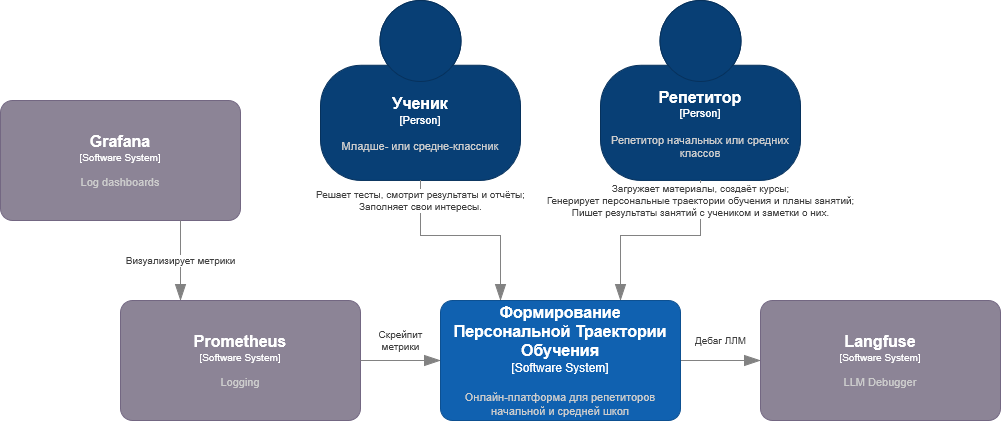
Before: docs/assets/c4-diagram-Context.png, a diagram exported from draw.io (vstu-sii/bachelor-2025-team-make-it-simple). Source tidied: cells renumbered, new cells last; positions are measured from the earlier drawing's top-left corner, leaving out a move shared by most shapes. The source it was exported from:
```xml
<mxGraphModel>
  <root>
    <mxCell id="0" />
    <mxCell id="1" parent="0" />
    <mxCell id="2" value="Дебаг ЛЛМ" style="edgeStyle=orthogonalEdgeStyle;shape=connector;rounded=0;jumpStyle=arc;jumpSize=16;jettySize=auto;html=1;strokeColor=#828282;strokeWidth=1;align=center;verticalAlign=middle;fontFamily=Helvetica;fontSize=10;fontColor=#404040;labelBackgroundColor=default;elbow=vertical;startSize=14;endArrow=blockThin;endFill=1;endSize=14;" parent="1" edge="1" source="3" target="12">
      <mxGeometry y="20" relative="1" as="geometry" />
    </mxCell>
    <object id="3" label="&lt;font style=&quot;font-size: 16px&quot;&gt;&lt;b&gt;%c4Name%&lt;/b&gt;&lt;/font&gt;&lt;div&gt;[%c4Type%]&lt;/div&gt;&lt;br&gt;&lt;div&gt;&lt;font style=&quot;font-size: 11px&quot;&gt;&lt;font color=&quot;#cccccc&quot;&gt;%c4Description%&lt;/font&gt;&lt;/div&gt;" c4Description="Онлайн-платформа для репетиторов начальной и средней школ" c4Name="Формирование Персональной Траектории Обучения" c4Type="Software System" placeholders="1">
      <mxCell style="rounded=1;whiteSpace=wrap;html=1;labelBackgroundColor=none;fillColor=#1061B0;fontColor=#ffffff;align=center;arcSize=10;strokeColor=#0D5091;points=[[0.25,0,0],[0.5,0,0],[0.75,0,0],[1,0.25,0],[1,0.5,0],[1,0.75,0],[0.75,1,0],[0.5,1,0],[0.25,1,0],[0,0.75,0],[0,0.5,0],[0,0.25,0]];" parent="1" vertex="1">
        <mxGeometry x="440" y="300" width="240" height="120" as="geometry" />
      </mxCell>
    </object>
    <object id="4" label="&lt;font style=&quot;font-size: 16px&quot;&gt;&lt;b&gt;%c4Name%&lt;/b&gt;&lt;/font&gt;&lt;div&gt;[%c4Type%]&lt;/div&gt;&lt;br&gt;&lt;div&gt;&lt;font style=&quot;font-size: 11px&quot;&gt;&lt;font color=&quot;#cccccc&quot;&gt;%c4Description%&lt;/font&gt;&lt;/div&gt;" c4Description="Младше- или средне-классник" c4Name="Ученик" c4Type="Person" placeholders="1">
      <mxCell style="html=1;fontSize=11;dashed=0;whiteSpace=wrap;fillColor=#083F75;strokeColor=#06315C;fontColor=#ffffff;shape=mxgraph.c4.person2;align=center;points=[[0.5,0,0],[1,0.5,0],[1,0.75,0],[0.75,1,0],[0.5,1,0],[0.25,1,0],[0,0.75,0],[0,0.5,0]];" parent="1" vertex="1">
        <mxGeometry x="320" width="200" height="180" as="geometry" />
      </mxCell>
    </object>
    <object id="5" label="&lt;font style=&quot;font-size: 16px&quot;&gt;&lt;b&gt;%c4Name%&lt;/b&gt;&lt;/font&gt;&lt;div&gt;[%c4Type%]&lt;/div&gt;&lt;br&gt;&lt;div&gt;&lt;font style=&quot;font-size: 11px&quot;&gt;&lt;font color=&quot;#cccccc&quot;&gt;%c4Description%&lt;/font&gt;&lt;/div&gt;" c4Description="Репетитор начальных или средних классов" c4Name="Репетитор" c4Type="Person" placeholders="1">
      <mxCell style="html=1;fontSize=11;dashed=0;whiteSpace=wrap;fillColor=#083F75;strokeColor=#06315C;fontColor=#ffffff;shape=mxgraph.c4.person2;align=center;points=[[0.5,0,0],[1,0.5,0],[1,0.75,0],[0.75,1,0],[0.5,1,0],[0.25,1,0],[0,0.75,0],[0,0.5,0]];" parent="1" vertex="1">
        <mxGeometry x="600" width="200" height="180" as="geometry" />
      </mxCell>
    </object>
    <mxCell id="6" value="Решает тесты, смотрит результаты и отчёты;&lt;br&gt;Заполняет свои интересы." style="edgeStyle=orthogonalEdgeStyle;shape=connector;rounded=0;jumpStyle=arc;jumpSize=16;jettySize=auto;html=1;entryX=0.25;entryY=0;entryDx=0;entryDy=0;entryPerimeter=0;strokeColor=#828282;strokeWidth=1;align=center;verticalAlign=middle;fontFamily=Helvetica;fontSize=10;fontColor=#404040;labelBackgroundColor=default;elbow=vertical;startSize=14;endArrow=blockThin;endFill=1;endSize=14;" parent="1" edge="1" source="4" target="3">
      <mxGeometry x="-0.8" relative="1" as="geometry" />
    </mxCell>
    <mxCell id="7" value="&lt;div&gt;Загружает материалы, создаёт курсы;&lt;/div&gt;&lt;div&gt;Генерирует персональные траектории обучения и планы занятий;&lt;/div&gt;Пишет результаты занятий с учеником и заметки о них." style="edgeStyle=orthogonalEdgeStyle;shape=connector;rounded=0;jumpStyle=arc;jumpSize=16;jettySize=auto;html=1;entryX=0.75;entryY=0;entryDx=0;entryDy=0;entryPerimeter=0;strokeColor=#828282;strokeWidth=1;align=center;verticalAlign=middle;fontFamily=Helvetica;fontSize=10;fontColor=#404040;labelBackgroundColor=default;elbow=vertical;startSize=14;endArrow=blockThin;endFill=1;endSize=14;" parent="1" edge="1" source="5" target="3">
      <mxGeometry x="-0.8" relative="1" as="geometry" />
    </mxCell>
    <object id="8" label="&lt;font style=&quot;font-size: 16px&quot;&gt;&lt;b&gt;%c4Name%&lt;/b&gt;&lt;/font&gt;&lt;div&gt;[%c4Type%]&lt;/div&gt;&lt;br&gt;&lt;div&gt;&lt;font style=&quot;font-size: 11px&quot;&gt;&lt;font color=&quot;#cccccc&quot;&gt;%c4Description%&lt;/font&gt;&lt;/div&gt;" c4Description="Logging" c4Name="Prometheus" c4Type="Software System" placeholders="1">
      <mxCell style="rounded=1;whiteSpace=wrap;html=1;labelBackgroundColor=none;fillColor=#8C8496;fontColor=#ffffff;align=center;arcSize=10;strokeColor=#736782;points=[[0.25,0,0],[0.5,0,0],[0.75,0,0],[1,0.25,0],[1,0.5,0],[1,0.75,0],[0.75,1,0],[0.5,1,0],[0.25,1,0],[0,0.75,0],[0,0.5,0],[0,0.25,0]];fontFamily=Helvetica;fontSize=10;" parent="1" vertex="1">
        <mxGeometry x="120" y="300" width="240" height="120" as="geometry" />
      </mxCell>
    </object>
    <object id="9" label="&lt;font style=&quot;font-size: 16px&quot;&gt;&lt;b&gt;%c4Name%&lt;/b&gt;&lt;/font&gt;&lt;div&gt;[%c4Type%]&lt;/div&gt;&lt;br&gt;&lt;div&gt;&lt;font style=&quot;font-size: 11px&quot;&gt;&lt;font color=&quot;#cccccc&quot;&gt;%c4Description%&lt;/font&gt;&lt;/div&gt;" c4Description="Log dashboards" c4Name="Grafana" c4Type="Software System" placeholders="1">
      <mxCell style="rounded=1;whiteSpace=wrap;html=1;labelBackgroundColor=none;fillColor=#8C8496;fontColor=#ffffff;align=center;arcSize=10;strokeColor=#736782;points=[[0.25,0,0],[0.5,0,0],[0.75,0,0],[1,0.25,0],[1,0.5,0],[1,0.75,0],[0.75,1,0],[0.5,1,0],[0.25,1,0],[0,0.75,0],[0,0.5,0],[0,0.25,0]];fontFamily=Helvetica;fontSize=10;" parent="1" vertex="1">
        <mxGeometry y="100" width="240" height="120" as="geometry" />
      </mxCell>
    </object>
    <mxCell id="10" value="Визуализирует метрики" style="edgeStyle=orthogonalEdgeStyle;shape=connector;rounded=0;jumpStyle=arc;jumpSize=16;jettySize=auto;html=1;exitX=0.75;exitY=1;exitDx=0;exitDy=0;exitPerimeter=0;entryX=0.25;entryY=0;entryDx=0;entryDy=0;entryPerimeter=0;strokeColor=#828282;strokeWidth=1;align=center;verticalAlign=middle;fontFamily=Helvetica;fontSize=10;fontColor=#404040;labelBackgroundColor=default;elbow=vertical;startSize=14;endArrow=blockThin;endFill=1;endSize=14;" parent="1" edge="1" source="9" target="8">
      <mxGeometry relative="1" as="geometry" />
    </mxCell>
    <mxCell id="11" value="Скрейпит&lt;br&gt;метрики" style="edgeStyle=orthogonalEdgeStyle;shape=connector;rounded=0;jumpStyle=arc;jumpSize=16;jettySize=auto;html=1;exitX=1;exitY=0.5;exitDx=0;exitDy=0;exitPerimeter=0;entryX=0;entryY=0.5;entryDx=0;entryDy=0;entryPerimeter=0;strokeColor=#828282;strokeWidth=1;align=center;verticalAlign=middle;fontFamily=Helvetica;fontSize=10;fontColor=#404040;labelBackgroundColor=default;elbow=vertical;startSize=14;endArrow=blockThin;endFill=1;endSize=14;" parent="1" edge="1" source="8" target="3">
      <mxGeometry y="20" relative="1" as="geometry" />
    </mxCell>
    <object id="12" label="&lt;font style=&quot;font-size: 16px&quot;&gt;&lt;b&gt;%c4Name%&lt;/b&gt;&lt;/font&gt;&lt;div&gt;[%c4Type%]&lt;/div&gt;&lt;br&gt;&lt;div&gt;&lt;font style=&quot;font-size: 11px&quot;&gt;&lt;font color=&quot;#cccccc&quot;&gt;%c4Description%&lt;/font&gt;&lt;/div&gt;" c4Description="LLM Debugger" c4Name="Langfuse" c4Type="Software System" placeholders="1">
      <mxCell style="rounded=1;whiteSpace=wrap;html=1;labelBackgroundColor=none;fillColor=#8C8496;fontColor=#ffffff;align=center;arcSize=10;strokeColor=#736782;points=[[0.25,0,0],[0.5,0,0],[0.75,0,0],[1,0.25,0],[1,0.5,0],[1,0.75,0],[0.75,1,0],[0.5,1,0],[0.25,1,0],[0,0.75,0],[0,0.5,0],[0,0.25,0]];fontFamily=Helvetica;fontSize=10;" parent="1" vertex="1">
        <mxGeometry x="760" y="300" width="240" height="120" as="geometry" />
      </mxCell>
    </object>
  </root>
</mxGraphModel>
```
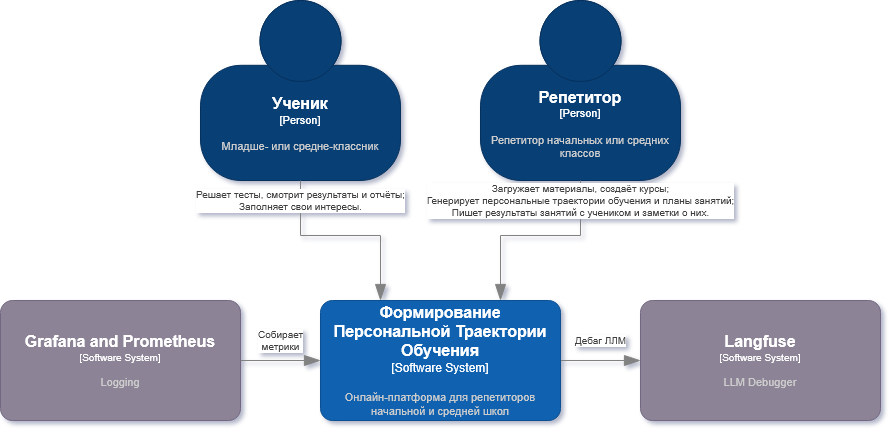
After the change.

Commit message:
Updated the C4 model diagram.

The edit, as a diff of the source:
```diff
@@ -26,20 +26,12 @@
     <mxCell id="7" value="&lt;div&gt;Загружает материалы, создаёт курсы;&lt;/div&gt;&lt;div&gt;Генерирует персональные траектории обучения и планы занятий;&lt;/div&gt;Пишет результаты занятий с учеником и заметки о них." style="edgeStyle=orthogonalEdgeStyle;shape=connector;rounded=0;jumpStyle=arc;jumpSize=16;jettySize=auto;html=1;entryX=0.75;entryY=0;entryDx=0;entryDy=0;entryPerimeter=0;strokeColor=#828282;strokeWidth=1;align=center;verticalAlign=middle;fontFamily=Helvetica;fontSize=10;fontColor=#404040;labelBackgroundColor=default;elbow=vertical;startSize=14;endArrow=blockThin;endFill=1;endSize=14;" parent="1" edge="1" source="5" target="3">
       <mxGeometry x="-0.8" relative="1" as="geometry" />
     </mxCell>
-    <object id="8" label="&lt;font style=&quot;font-size: 16px&quot;&gt;&lt;b&gt;%c4Name%&lt;/b&gt;&lt;/font&gt;&lt;div&gt;[%c4Type%]&lt;/div&gt;&lt;br&gt;&lt;div&gt;&lt;font style=&quot;font-size: 11px&quot;&gt;&lt;font color=&quot;#cccccc&quot;&gt;%c4Description%&lt;/font&gt;&lt;/div&gt;" c4Description="Logging" c4Name="Prometheus" c4Type="Software System" placeholders="1">
+    <object id="8" label="&lt;font style=&quot;font-size: 16px&quot;&gt;&lt;b&gt;%c4Name%&lt;/b&gt;&lt;/font&gt;&lt;div&gt;[%c4Type%]&lt;/div&gt;&lt;br&gt;&lt;div&gt;&lt;font style=&quot;font-size: 11px&quot;&gt;&lt;font color=&quot;#cccccc&quot;&gt;%c4Description%&lt;/font&gt;&lt;/div&gt;" c4Description="Logging" c4Name="Grafana and Prometheus" c4Type="Software System" placeholders="1">
       <mxCell style="rounded=1;whiteSpace=wrap;html=1;labelBackgroundColor=none;fillColor=#8C8496;fontColor=#ffffff;align=center;arcSize=10;strokeColor=#736782;points=[[0.25,0,0],[0.5,0,0],[0.75,0,0],[1,0.25,0],[1,0.5,0],[1,0.75,0],[0.75,1,0],[0.5,1,0],[0.25,1,0],[0,0.75,0],[0,0.5,0],[0,0.25,0]];fontFamily=Helvetica;fontSize=10;" parent="1" vertex="1">
         <mxGeometry x="120" y="300" width="240" height="120" as="geometry" />
       </mxCell>
     </object>
-    <object id="9" label="&lt;font style=&quot;font-size: 16px&quot;&gt;&lt;b&gt;%c4Name%&lt;/b&gt;&lt;/font&gt;&lt;div&gt;[%c4Type%]&lt;/div&gt;&lt;br&gt;&lt;div&gt;&lt;font style=&quot;font-size: 11px&quot;&gt;&lt;font color=&quot;#cccccc&quot;&gt;%c4Description%&lt;/font&gt;&lt;/div&gt;" c4Description="Log dashboards" c4Name="Grafana" c4Type="Software System" placeholders="1">
-      <mxCell style="rounded=1;whiteSpace=wrap;html=1;labelBackgroundColor=none;fillColor=#8C8496;fontColor=#ffffff;align=center;arcSize=10;strokeColor=#736782;points=[[0.25,0,0],[0.5,0,0],[0.75,0,0],[1,0.25,0],[1,0.5,0],[1,0.75,0],[0.75,1,0],[0.5,1,0],[0.25,1,0],[0,0.75,0],[0,0.5,0],[0,0.25,0]];fontFamily=Helvetica;fontSize=10;" parent="1" vertex="1">
-        <mxGeometry y="100" width="240" height="120" as="geometry" />
-      </mxCell>
-    </object>
-    <mxCell id="10" value="Визуализирует метрики" style="edgeStyle=orthogonalEdgeStyle;shape=connector;rounded=0;jumpStyle=arc;jumpSize=16;jettySize=auto;html=1;exitX=0.75;exitY=1;exitDx=0;exitDy=0;exitPerimeter=0;entryX=0.25;entryY=0;entryDx=0;entryDy=0;entryPerimeter=0;strokeColor=#828282;strokeWidth=1;align=center;verticalAlign=middle;fontFamily=Helvetica;fontSize=10;fontColor=#404040;labelBackgroundColor=default;elbow=vertical;startSize=14;endArrow=blockThin;endFill=1;endSize=14;" parent="1" edge="1" source="9" target="8">
-      <mxGeometry relative="1" as="geometry" />
-    </mxCell>
-    <mxCell id="11" value="Скрейпит&lt;br&gt;метрики" style="edgeStyle=orthogonalEdgeStyle;shape=connector;rounded=0;jumpStyle=arc;jumpSize=16;jettySize=auto;html=1;exitX=1;exitY=0.5;exitDx=0;exitDy=0;exitPerimeter=0;entryX=0;entryY=0.5;entryDx=0;entryDy=0;entryPerimeter=0;strokeColor=#828282;strokeWidth=1;align=center;verticalAlign=middle;fontFamily=Helvetica;fontSize=10;fontColor=#404040;labelBackgroundColor=default;elbow=vertical;startSize=14;endArrow=blockThin;endFill=1;endSize=14;" parent="1" edge="1" source="8" target="3">
+    <mxCell id="11" value="Собирает&lt;br&gt;&lt;div&gt;метрики&lt;/div&gt;" style="edgeStyle=orthogonalEdgeStyle;shape=connector;rounded=0;jumpStyle=arc;jumpSize=16;jettySize=auto;html=1;exitX=1;exitY=0.5;exitDx=0;exitDy=0;exitPerimeter=0;entryX=0;entryY=0.5;entryDx=0;entryDy=0;entryPerimeter=0;strokeColor=#828282;strokeWidth=1;align=center;verticalAlign=middle;fontFamily=Helvetica;fontSize=10;fontColor=#404040;labelBackgroundColor=default;elbow=vertical;startSize=14;endArrow=blockThin;endFill=1;endSize=14;" parent="1" edge="1" source="8" target="3">
       <mxGeometry y="20" relative="1" as="geometry" />
     </mxCell>
     <object id="12" label="&lt;font style=&quot;font-size: 16px&quot;&gt;&lt;b&gt;%c4Name%&lt;/b&gt;&lt;/font&gt;&lt;div&gt;[%c4Type%]&lt;/div&gt;&lt;br&gt;&lt;div&gt;&lt;font style=&quot;font-size: 11px&quot;&gt;&lt;font color=&quot;#cccccc&quot;&gt;%c4Description%&lt;/font&gt;&lt;/div&gt;" c4Description="LLM Debugger" c4Name="Langfuse" c4Type="Software System" placeholders="1">
```
